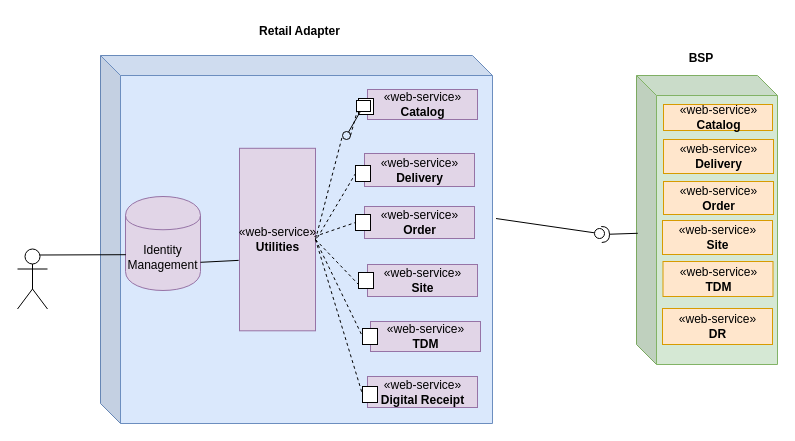
This is page "Page-1" (1 of 4) of Untitled Diagram.drawio from ks185348/container, a draw.io file, before an edit. Source tidied: cells renumbered, new cells numbered last; positions are measured from the earlier drawing's top-left corner, leaving out a move shared by most shapes. Both pictures are drawn from the tidied source at 100%, with x=0, y=0 at pixel (17, 17).
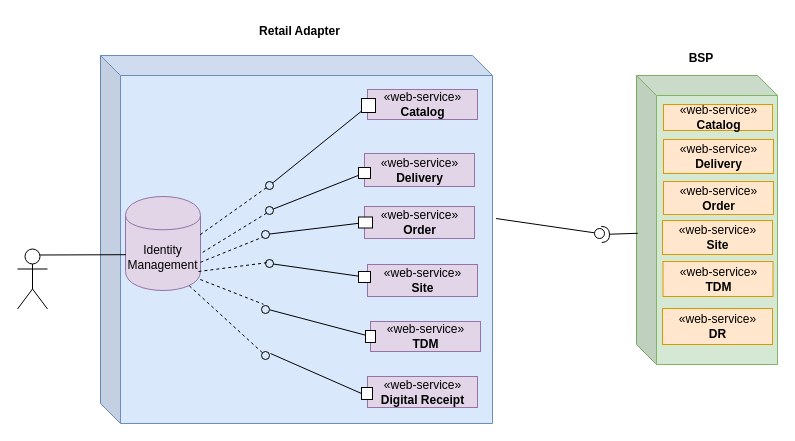
After the change.

Unchanged cells that the change refers to:
```xml
<mxCell id="16" value="Identity Management" style="shape=cylinder;whiteSpace=wrap;html=1;boundedLbl=1;backgroundOutline=1;fillColor=#e1d5e7;strokeColor=#9673a6;" parent="1" vertex="1">
  <mxGeometry x="108" y="179" width="75" height="94" as="geometry" />
</mxCell>
```

The edit, as a diff of the source:
```diff
@@
-    <mxCell id="24" value="«web-service»&lt;br&gt;&lt;b&gt;Utilities&lt;/b&gt;" style="html=1;fillColor=#e1d5e7;strokeColor=#9673a6;" parent="1" vertex="1">
-      <mxGeometry x="222" y="130.8" width="76" height="182.5" as="geometry" />
-    </mxCell>
-    <mxCell id="25" style="fontStyle=0;labelPosition=right;verticalLabelPosition=middle;align=left;verticalAlign=middle;spacingLeft=2;" parent="1" vertex="1">
-      <mxGeometry x="341" y="81" width="15" height="16" as="geometry" />
-    </mxCell>
-    <mxCell id="26" style="fontStyle=0;labelPosition=right;verticalLabelPosition=middle;align=left;verticalAlign=middle;spacingLeft=2;" parent="1" vertex="1">
-      <mxGeometry x="338" y="148" width="15" height="16" as="geometry" />
-    </mxCell>
-    <mxCell id="27" style="fontStyle=0;labelPosition=right;verticalLabelPosition=middle;align=left;verticalAlign=middle;spacingLeft=2;" parent="1" vertex="1">
-      <mxGeometry x="338" y="197" width="15" height="16" as="geometry" />
-    </mxCell>
-    <mxCell id="28" style="fontStyle=0;labelPosition=right;verticalLabelPosition=middle;align=left;verticalAlign=middle;spacingLeft=2;" parent="1" vertex="1">
-      <mxGeometry x="341" y="255" width="15" height="16" as="geometry" />
-    </mxCell>
-    <mxCell id="29" style="fontStyle=0;labelPosition=right;verticalLabelPosition=middle;align=left;verticalAlign=middle;spacingLeft=2;" parent="1" vertex="1">
-      <mxGeometry x="345" y="311" width="15" height="16" as="geometry" />
-    </mxCell>
-    <mxCell id="30" style="fontStyle=0;labelPosition=right;verticalLabelPosition=middle;align=left;verticalAlign=middle;spacingLeft=2;" parent="1" vertex="1">
-      <mxGeometry x="345" y="369" width="15" height="16" as="geometry" />
-    </mxCell>
-    <mxCell id="31" style="endArrow=none;dashed=1;html=1;entryX=0;entryY=0.5;entryDx=0;entryDy=0;exitX=1;exitY=0.5;exitDx=0;exitDy=0;" parent="1" edge="1" source="40" target="25">
-      <mxGeometry relative="1" as="geometry" />
-    </mxCell>
-    <mxCell id="32" style="endArrow=none;dashed=1;html=1;exitX=1;exitY=0.5;exitDx=0;exitDy=0;entryX=0;entryY=0.5;entryDx=0;entryDy=0;" parent="1" edge="1" source="24" target="30">
-      <mxGeometry relative="1" as="geometry" />
-    </mxCell>
-    <mxCell id="33" style="endArrow=none;dashed=1;html=1;entryX=0;entryY=0.5;entryDx=0;entryDy=0;" parent="1" edge="1" target="26">
-      <mxGeometry relative="1" as="geometry">
-        <mxPoint x="300" y="220" as="sourcePoint" />
-      </mxGeometry>
-    </mxCell>
-    <mxCell id="34" style="endArrow=none;dashed=1;html=1;entryX=0;entryY=0.5;entryDx=0;entryDy=0;" parent="1" edge="1" target="27">
-      <mxGeometry relative="1" as="geometry">
-        <mxPoint x="297" y="219" as="sourcePoint" />
-      </mxGeometry>
-    </mxCell>
-    <mxCell id="35" style="endArrow=none;dashed=1;html=1;entryX=0;entryY=0.5;entryDx=0;entryDy=0;exitX=1;exitY=0.5;exitDx=0;exitDy=0;" parent="1" edge="1" source="24" target="29">
-      <mxGeometry relative="1" as="geometry" />
-    </mxCell>
-    <mxCell id="36" style="endArrow=none;dashed=1;html=1;entryX=0;entryY=0.75;entryDx=0;entryDy=0;exitX=1;exitY=0.5;exitDx=0;exitDy=0;" parent="1" edge="1" source="24" target="28">
-      <mxGeometry relative="1" as="geometry" />
-    </mxCell>
-    <mxCell id="37" style="endArrow=none;html=1;entryX=-0.011;entryY=0.614;entryDx=0;entryDy=0;entryPerimeter=0;exitX=1;exitY=0.7;exitDx=0;exitDy=0;" parent="1" edge="1" source="16" target="24">
-      <mxGeometry relative="1" as="geometry" />
-    </mxCell>
-    <mxCell id="38" style="html=1;rounded=0;" parent="1" vertex="1">
-      <mxGeometry x="339" y="83" width="14" height="11" as="geometry" />
-    </mxCell>
-    <mxCell id="39" style="endArrow=none;html=1;rounded=0;align=center;verticalAlign=top;endFill=0;labelBackgroundColor=none;endSize=2;" parent="1" edge="1" source="38" target="40">
-      <mxGeometry relative="1" as="geometry" />
-    </mxCell>
-    <mxCell id="40" style="ellipse;html=1;fontSize=11;align=center;fillColor=none;points=[];verticalAlign=bottom;labelPosition=center;verticalLabelPosition=top;flipH=1;" parent="1" vertex="1">
-      <mxGeometry x="325" y="114" width="8" height="8" as="geometry" />
-    </mxCell>
-    <mxCell id="41" style="endArrow=none;dashed=1;html=1;entryX=0;entryY=0.5;entryDx=0;entryDy=0;exitX=1;exitY=0.5;exitDx=0;exitDy=0;" parent="1" edge="1" source="24" target="40">
-      <mxGeometry relative="1" as="geometry" />
-    </mxCell>
+    <mxCell id="42" style="html=1;rounded=0;" parent="1" vertex="1">
+      <mxGeometry x="344" y="81" width="14" height="14" as="geometry" />
+    </mxCell>
+    <mxCell id="43" style="endArrow=none;html=1;rounded=0;align=center;verticalAlign=top;endFill=0;labelBackgroundColor=none;endSize=2;" parent="1" edge="1" source="42" target="44">
+      <mxGeometry relative="1" as="geometry" />
+    </mxCell>
+    <mxCell id="44" style="ellipse;html=1;fontSize=11;align=center;fillColor=none;points=[];verticalAlign=bottom;labelPosition=center;verticalLabelPosition=top;flipH=1;" parent="1" vertex="1">
+      <mxGeometry x="248" y="164" width="8" height="8" as="geometry" />
+    </mxCell>
+    <mxCell id="45" style="html=1;rounded=0;" parent="1" vertex="1">
+      <mxGeometry x="341" y="150" width="12" height="11" as="geometry" />
+    </mxCell>
+    <mxCell id="46" style="endArrow=none;html=1;rounded=0;align=center;verticalAlign=top;endFill=0;labelBackgroundColor=none;endSize=2;" parent="1" edge="1" source="45" target="47">
+      <mxGeometry relative="1" as="geometry" />
+    </mxCell>
+    <mxCell id="47" style="ellipse;html=1;fontSize=11;align=center;fillColor=none;points=[];verticalAlign=bottom;labelPosition=center;verticalLabelPosition=top;flipH=1;" parent="1" vertex="1">
+      <mxGeometry x="248" y="189" width="8" height="8" as="geometry" />
+    </mxCell>
+    <mxCell id="48" style="html=1;rounded=0;" parent="1" vertex="1">
+      <mxGeometry x="341" y="199.5" width="14" height="11" as="geometry" />
+    </mxCell>
+    <mxCell id="49" style="endArrow=none;html=1;rounded=0;align=center;verticalAlign=top;endFill=0;labelBackgroundColor=none;endSize=2;" parent="1" edge="1" source="48" target="50">
+      <mxGeometry relative="1" as="geometry" />
+    </mxCell>
+    <mxCell id="50" style="ellipse;html=1;fontSize=11;align=center;fillColor=none;points=[];verticalAlign=bottom;labelPosition=center;verticalLabelPosition=top;flipH=1;" parent="1" vertex="1">
+      <mxGeometry x="244" y="213" width="8" height="8" as="geometry" />
+    </mxCell>
+    <mxCell id="51" style="html=1;rounded=0;" parent="1" vertex="1">
+      <mxGeometry x="341" y="254" width="12" height="11" as="geometry" />
+    </mxCell>
+    <mxCell id="52" style="ellipse;html=1;fontSize=11;align=center;fillColor=none;points=[];verticalAlign=bottom;labelPosition=center;verticalLabelPosition=top;flipH=1;" parent="1" vertex="1">
+      <mxGeometry x="248" y="242" width="8" height="8" as="geometry" />
+    </mxCell>
+    <mxCell id="53" style="endArrow=none;html=1;rounded=0;align=center;verticalAlign=top;endFill=0;labelBackgroundColor=none;endSize=2;" parent="1" edge="1" source="51" target="52">
+      <mxGeometry relative="1" as="geometry" />
+    </mxCell>
+    <mxCell id="54" style="html=1;rounded=0;" parent="1" vertex="1">
+      <mxGeometry x="348" y="313" width="10" height="12" as="geometry" />
+    </mxCell>
+    <mxCell id="55" style="endArrow=none;html=1;rounded=0;align=center;verticalAlign=top;endFill=0;labelBackgroundColor=none;endSize=2;entryX=-0.05;entryY=0.55;entryDx=0;entryDy=0;entryPerimeter=0;" parent="1" edge="1" source="54" target="56">
+      <mxGeometry relative="1" as="geometry" />
+    </mxCell>
+    <mxCell id="56" style="ellipse;html=1;fontSize=11;align=center;fillColor=none;points=[];verticalAlign=bottom;labelPosition=center;verticalLabelPosition=top;flipH=1;" parent="1" vertex="1">
+      <mxGeometry x="244" y="288" width="8" height="8" as="geometry" />
+    </mxCell>
+    <mxCell id="57" style="html=1;rounded=0;" parent="1" vertex="1">
+      <mxGeometry x="344" y="370" width="11" height="12" as="geometry" />
+    </mxCell>
+    <mxCell id="58" style="ellipse;html=1;fontSize=11;align=center;fillColor=none;points=[];verticalAlign=bottom;labelPosition=center;verticalLabelPosition=top;flipH=1;" parent="1" vertex="1">
+      <mxGeometry x="244" y="334" width="8" height="8" as="geometry" />
+    </mxCell>
+    <mxCell id="59" style="endArrow=none;html=1;entryX=0;entryY=0.5;entryDx=0;entryDy=0;exitX=-0.125;exitY=0.25;exitDx=0;exitDy=0;exitPerimeter=0;" parent="1" edge="1" source="58" target="57">
+      <mxGeometry relative="1" as="geometry" />
+    </mxCell>
+    <mxCell id="60" style="endArrow=none;dashed=1;html=1;exitX=0.997;exitY=0.406;exitDx=0;exitDy=0;exitPerimeter=0;" parent="1" edge="1" source="16" target="44">
+      <mxGeometry relative="1" as="geometry" />
+    </mxCell>
+    <mxCell id="61" style="endArrow=none;dashed=1;html=1;exitX=0.85;exitY=0.95;exitDx=0;exitDy=0;exitPerimeter=0;" parent="1" edge="1" source="16" target="58">
+      <mxGeometry relative="1" as="geometry" />
+    </mxCell>
+    <mxCell id="62" style="endArrow=none;dashed=1;html=1;exitX=1.029;exitY=0.594;exitDx=0;exitDy=0;exitPerimeter=0;entryX=0.85;entryY=0.825;entryDx=0;entryDy=0;entryPerimeter=0;" parent="1" edge="1" source="16" target="47">
+      <mxGeometry relative="1" as="geometry" />
+    </mxCell>
+    <mxCell id="63" style="endArrow=none;dashed=1;html=1;exitX=1;exitY=0.7;exitDx=0;exitDy=0;entryX=0.85;entryY=0.825;entryDx=0;entryDy=0;entryPerimeter=0;" parent="1" edge="1" source="16" target="50">
+      <mxGeometry relative="1" as="geometry" />
+    </mxCell>
+    <mxCell id="64" style="endArrow=none;dashed=1;html=1;exitX=0.973;exitY=0.798;exitDx=0;exitDy=0;exitPerimeter=0;" parent="1" edge="1" source="16">
+      <mxGeometry relative="1" as="geometry">
+        <mxPoint x="251" y="245" as="targetPoint" />
+      </mxGeometry>
+    </mxCell>
+    <mxCell id="65" style="endArrow=none;dashed=1;html=1;exitX=0.997;exitY=0.883;exitDx=0;exitDy=0;exitPerimeter=0;entryX=0.75;entryY=-0.15;entryDx=0;entryDy=0;entryPerimeter=0;" parent="1" edge="1" source="16" target="56">
+      <mxGeometry relative="1" as="geometry" />
+    </mxCell>
```
